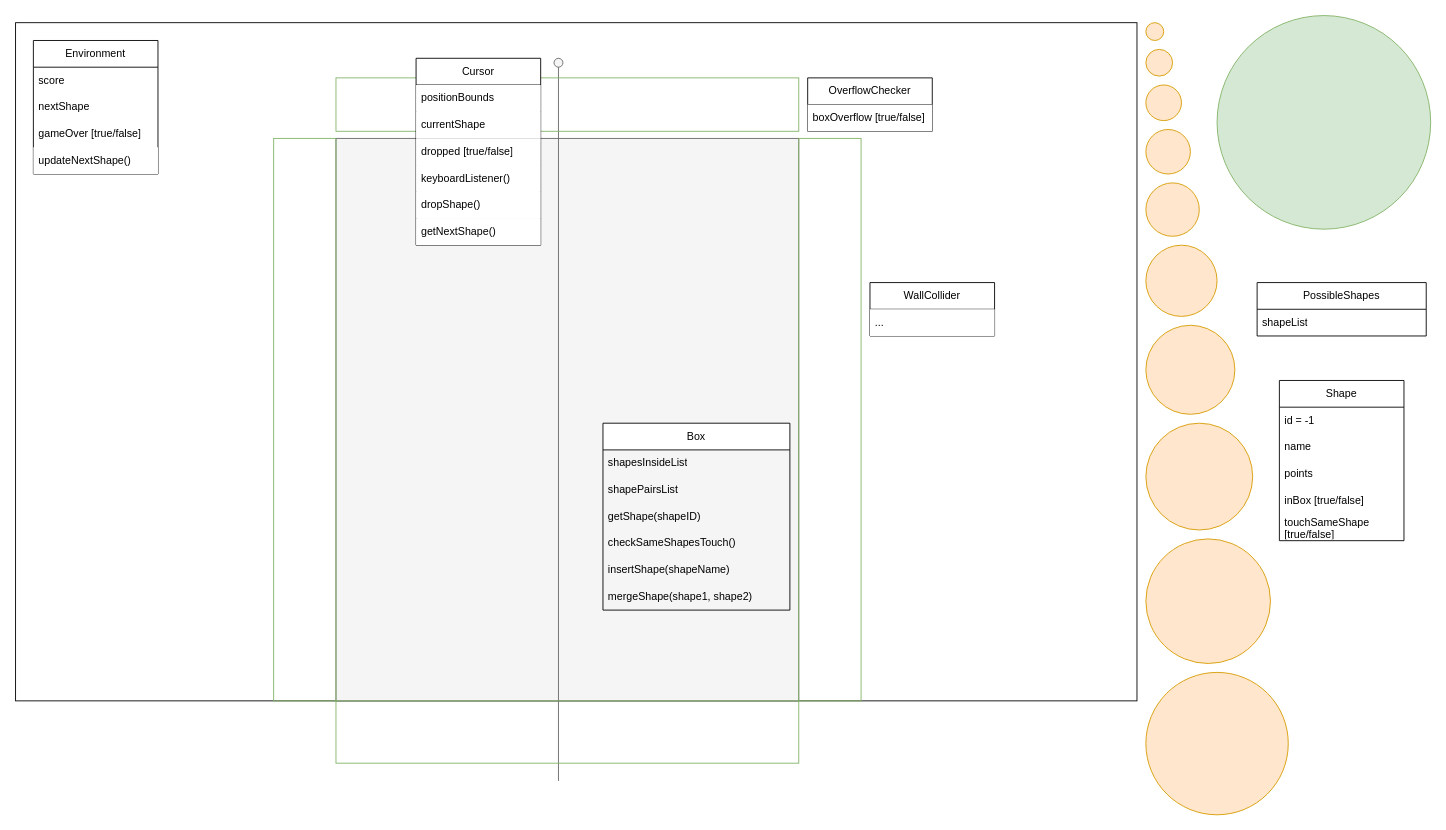
Earlier version of the draw.io diagram page "classes" (2 of 2) of devlog/schematic.drawio (holistudio/minika). Source tidied: cells renumbered, new cells numbered last; positions are measured from the earlier drawing's top-left corner, leaving out a move shared by most shapes. Both pictures are drawn from the tidied source at 89%, with x=0, y=0 at pixel (15, 15).
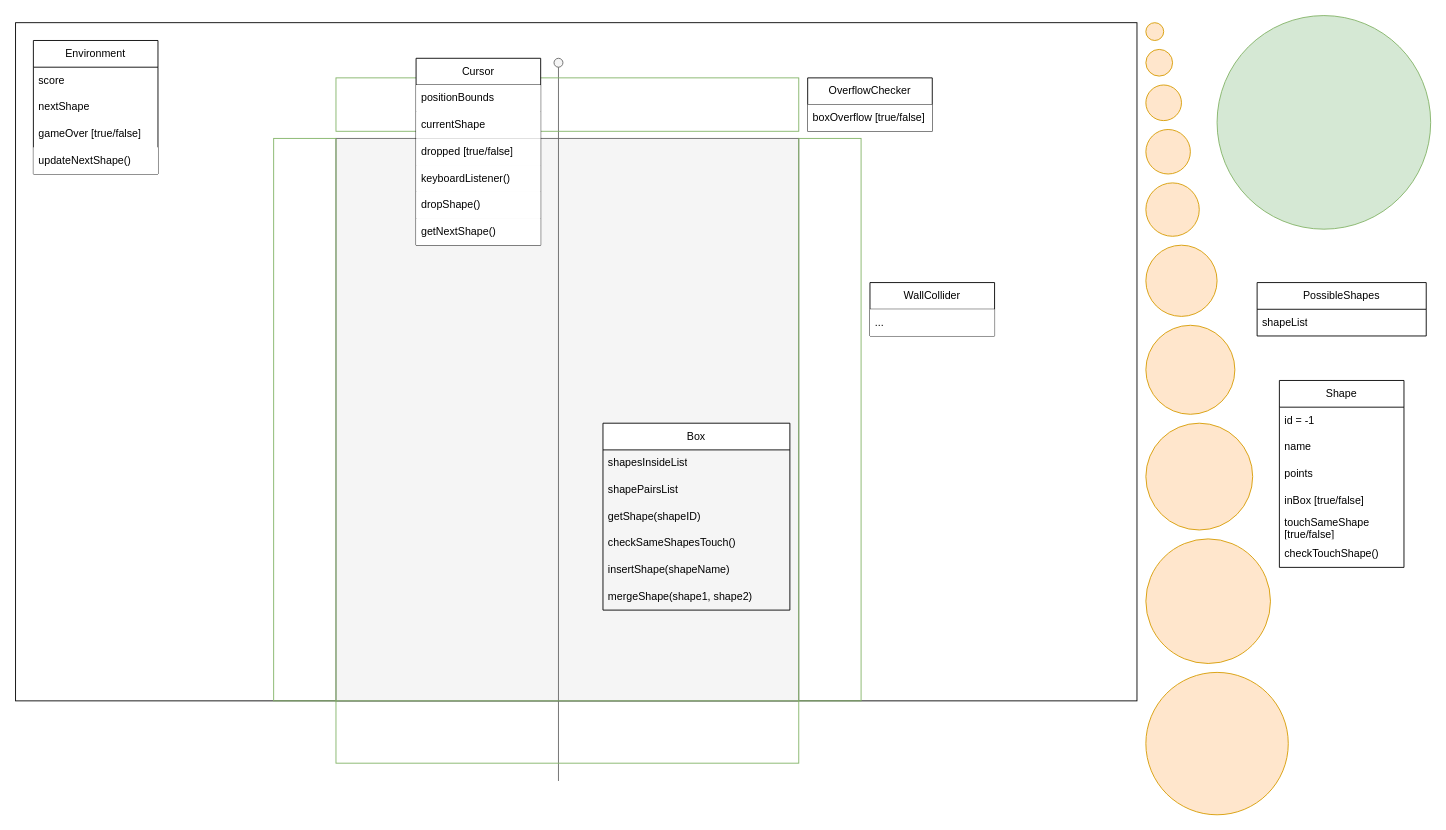
The same diagram, later.

Commit message (it also covers changes not shown here):
Revisit class definitions

Shapes need a checker function that checks what shapes it's touching

Change to the diagram source:
```diff
@@
     <mxCell id="22" value="Shape" style="swimlane;fontStyle=0;horizontal=1;startSize=30;whiteSpace=wrap;html=1;labelBackgroundColor=none;" parent="1" vertex="1">
-      <mxGeometry x="1420" y="410" width="140" height="180" as="geometry" />
+      <mxGeometry x="1420" y="410" width="140" height="210" as="geometry" />
     </mxCell>
@@
+    <mxCell id="52" value="checkTouchShape()" style="text;strokeColor=none;fillColor=none;align=left;verticalAlign=middle;spacingLeft=4;spacingRight=4;overflow=hidden;whiteSpace=wrap;html=1;labelBackgroundColor=none;" parent="22" vertex="1">
+      <mxGeometry y="180" width="140" height="30" as="geometry" />
+    </mxCell>
```
